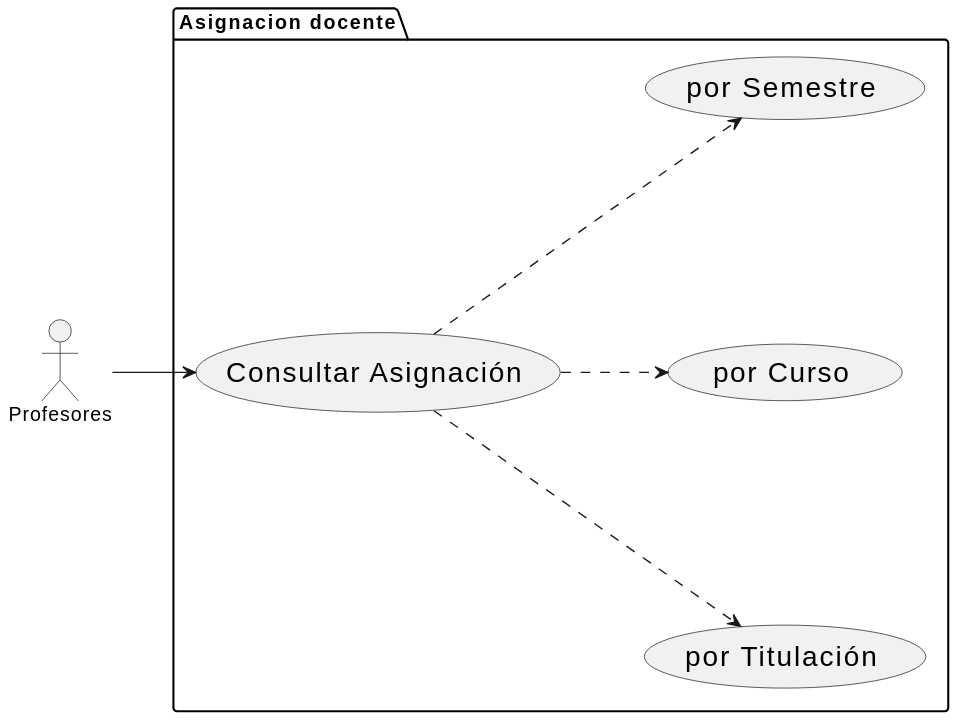
This is images/modelosUML/CdU/Individuales/ConsultarVarios.svg from mmasias/24-25-IdSw1-SDR, a PlantUML export, as it was before one commit. Source of this version:
```plantuml
@startuml
left to right direction

skinparam usecase {
    FontSize 20
}

skinparam nodesep 160

actor "Profesores" as prof

package "Asignacion docente" as porVarPackage {
    usecase "Consultar Asignación" as consAsig
    usecase "por Titulación" as porTit
    usecase "por Curso" as porCurso
    usecase "por Semestre" as porSem
}

consAsig ..> porTit
consAsig ..> porCurso
consAsig ..> porSem

prof --> consAsig
@enduml
```
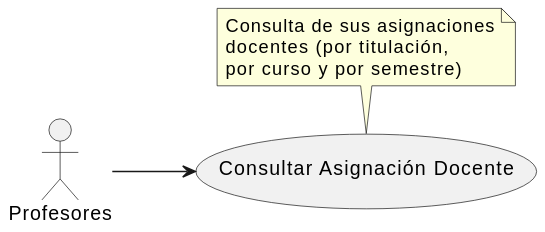
The same file after the commit.

Diff of the diagram source:
```diff
@@ -1,24 +1,14 @@
 @startuml
 left to right direction
 
-skinparam usecase {
-    FontSize 20
-}
-
-skinparam nodesep 160
-
 actor "Profesores" as prof
 
-package "Asignacion docente" as porVarPackage {
-    usecase "Consultar Asignación" as consAsig
-    usecase "por Titulación" as porTit
-    usecase "por Curso" as porCurso
-    usecase "por Semestre" as porSem
-}
-
-consAsig ..> porTit
-consAsig ..> porCurso
-consAsig ..> porSem
+usecase "Consultar Asignación Docente" as consAsig
+note top of consAsig
+    Consulta de sus asignaciones
+    docentes (por titulación,
+    por curso y por semestre)
+end note
 
 prof --> consAsig
 @enduml
```
